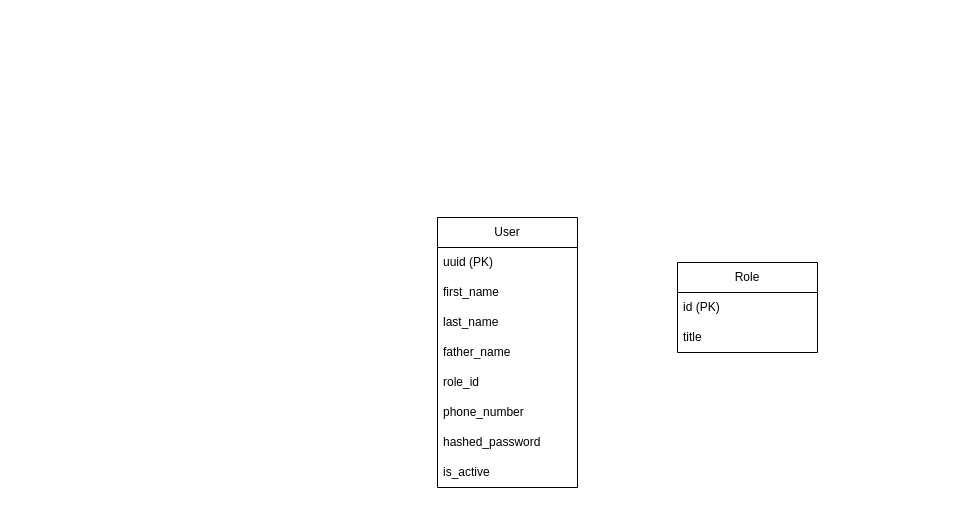
Above: db_schema.drawio in Lockerio/GYM_Service (draw.io), before the change. Source tidied: cells renumbered, new cells numbered last; positions are measured from the earlier drawing's top-left corner, leaving out a move shared by most shapes. Both pictures are drawn from the tidied source at 100%, with x=0, y=0 at pixel (437, 217).
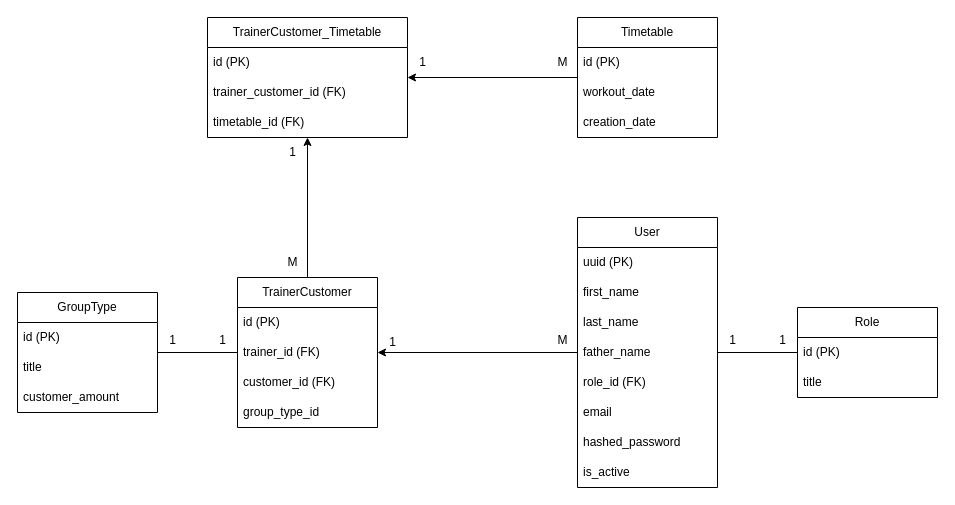
After the change.

Change to the diagram source:
```diff
@@
+    <mxCell id="14" style="edgeStyle=orthogonalEdgeStyle;rounded=0;jettySize=auto;html=1;" parent="1" edge="1" source="2" target="17">
+      <mxGeometry relative="1" as="geometry" />
+    </mxCell>
     <mxCell id="2" value="User" style="swimlane;fontStyle=0;horizontal=1;startSize=30;whiteSpace=wrap;html=1;" parent="1" vertex="1">
-      <mxGeometry width="140" height="270" as="geometry" />
+      <mxGeometry x="140" width="140" height="270" as="geometry" />
     </mxCell>
@@
-    <mxCell id="7" value="role_id" style="text;strokeColor=none;fillColor=none;align=left;verticalAlign=middle;spacingLeft=4;spacingRight=4;overflow=hidden;whiteSpace=wrap;html=1;" parent="2" vertex="1">
+    <mxCell id="7" value="role_id (FK)" style="text;strokeColor=none;fillColor=none;align=left;verticalAlign=middle;spacingLeft=4;spacingRight=4;overflow=hidden;whiteSpace=wrap;html=1;" parent="2" vertex="1">
       <mxGeometry y="150" width="140" height="30" as="geometry" />
     </mxCell>
-    <mxCell id="8" value="phone_number" style="text;strokeColor=none;fillColor=none;align=left;verticalAlign=middle;spacingLeft=4;spacingRight=4;overflow=hidden;whiteSpace=wrap;html=1;" parent="2" vertex="1">
+    <mxCell id="8" value="email" style="text;strokeColor=none;fillColor=none;align=left;verticalAlign=middle;spacingLeft=4;spacingRight=4;overflow=hidden;whiteSpace=wrap;html=1;" parent="2" vertex="1">
       <mxGeometry y="180" width="140" height="30" as="geometry" />
     </mxCell>
@@
+    <mxCell id="15" style="edgeStyle=orthogonalEdgeStyle;rounded=0;jettySize=auto;html=1;endArrow=none;endFill=0;" parent="1" edge="1" source="11" target="2">
+      <mxGeometry relative="1" as="geometry" />
+    </mxCell>
     <mxCell id="11" value="Role" style="swimlane;fontStyle=0;horizontal=1;startSize=30;whiteSpace=wrap;html=1;" parent="1" vertex="1">
-      <mxGeometry x="240" y="45" width="140" height="90" as="geometry" />
+      <mxGeometry x="360" y="90" width="140" height="90" as="geometry" />
     </mxCell>
@@
+    <mxCell id="16" style="edgeStyle=orthogonalEdgeStyle;rounded=0;jettySize=auto;html=1;" parent="1" edge="1" source="17" target="38">
+      <mxGeometry relative="1" as="geometry" />
+    </mxCell>
+    <mxCell id="17" value="TrainerCustomer" style="swimlane;fontStyle=0;horizontal=1;startSize=30;whiteSpace=wrap;html=1;" parent="1" vertex="1">
+      <mxGeometry x="-200" y="60" width="140" height="150" as="geometry" />
+    </mxCell>
+    <mxCell id="18" value="id (PK)" style="text;strokeColor=none;fillColor=none;align=left;verticalAlign=middle;spacingLeft=4;spacingRight=4;overflow=hidden;whiteSpace=wrap;html=1;" parent="17" vertex="1">
+      <mxGeometry y="30" width="140" height="30" as="geometry" />
+    </mxCell>
+    <mxCell id="19" value="trainer_id (FK)" style="text;strokeColor=none;fillColor=none;align=left;verticalAlign=middle;spacingLeft=4;spacingRight=4;overflow=hidden;whiteSpace=wrap;html=1;" parent="17" vertex="1">
+      <mxGeometry y="60" width="140" height="30" as="geometry" />
+    </mxCell>
+    <mxCell id="20" value="customer_id (FK)" style="text;strokeColor=none;fillColor=none;align=left;verticalAlign=middle;spacingLeft=4;spacingRight=4;overflow=hidden;whiteSpace=wrap;html=1;" parent="17" vertex="1">
+      <mxGeometry y="90" width="140" height="30" as="geometry" />
+    </mxCell>
+    <mxCell id="21" value="group_type_id" style="text;strokeColor=none;fillColor=none;align=left;verticalAlign=middle;spacingLeft=4;spacingRight=4;overflow=hidden;whiteSpace=wrap;html=1;" parent="17" vertex="1">
+      <mxGeometry y="120" width="140" height="30" as="geometry" />
+    </mxCell>
+    <mxCell id="22" style="edgeStyle=orthogonalEdgeStyle;rounded=0;jettySize=auto;html=1;" parent="1" edge="1" source="23" target="38">
+      <mxGeometry relative="1" as="geometry" />
+    </mxCell>
+    <mxCell id="23" value="Timetable" style="swimlane;fontStyle=0;horizontal=1;startSize=30;whiteSpace=wrap;html=1;" parent="1" vertex="1">
+      <mxGeometry x="140" y="-200" width="140" height="120" as="geometry" />
+    </mxCell>
+    <mxCell id="24" value="id (PK)" style="text;strokeColor=none;fillColor=none;align=left;verticalAlign=middle;spacingLeft=4;spacingRight=4;overflow=hidden;whiteSpace=wrap;html=1;" parent="23" vertex="1">
+      <mxGeometry y="30" width="140" height="30" as="geometry" />
+    </mxCell>
+    <mxCell id="25" value="workout_date" style="text;strokeColor=none;fillColor=none;align=left;verticalAlign=middle;spacingLeft=4;spacingRight=4;overflow=hidden;whiteSpace=wrap;html=1;" parent="23" vertex="1">
+      <mxGeometry y="60" width="140" height="30" as="geometry" />
+    </mxCell>
+    <mxCell id="26" value="creation_date" style="text;strokeColor=none;fillColor=none;align=left;verticalAlign=middle;spacingLeft=4;spacingRight=4;overflow=hidden;whiteSpace=wrap;html=1;" parent="23" vertex="1">
+      <mxGeometry y="90" width="140" height="30" as="geometry" />
+    </mxCell>
+    <mxCell id="27" value="1" style="text;html=1;align=center;verticalAlign=middle;strokeColor=none;fillColor=none;" parent="1" vertex="1">
+      <mxGeometry x="280" y="108" width="30" height="30" as="geometry" />
+    </mxCell>
+    <mxCell id="28" value="1" style="text;html=1;align=center;verticalAlign=middle;strokeColor=none;fillColor=none;" parent="1" vertex="1">
+      <mxGeometry x="330" y="108" width="30" height="30" as="geometry" />
+    </mxCell>
+    <mxCell id="29" style="edgeStyle=orthogonalEdgeStyle;rounded=0;jettySize=auto;html=1;endArrow=none;endFill=0;" parent="1" edge="1" source="30" target="17">
+      <mxGeometry relative="1" as="geometry" />
+    </mxCell>
+    <mxCell id="30" value="GroupType" style="swimlane;fontStyle=0;horizontal=1;startSize=30;whiteSpace=wrap;html=1;" parent="1" vertex="1">
+      <mxGeometry x="-420" y="75" width="140" height="120" as="geometry" />
+    </mxCell>
+    <mxCell id="31" value="id (PK)" style="text;strokeColor=none;fillColor=none;align=left;verticalAlign=middle;spacingLeft=4;spacingRight=4;overflow=hidden;whiteSpace=wrap;html=1;" parent="30" vertex="1">
+      <mxGeometry y="30" width="140" height="30" as="geometry" />
+    </mxCell>
+    <mxCell id="32" value="title" style="text;strokeColor=none;fillColor=none;align=left;verticalAlign=middle;spacingLeft=4;spacingRight=4;overflow=hidden;whiteSpace=wrap;html=1;" parent="30" vertex="1">
+      <mxGeometry y="60" width="140" height="30" as="geometry" />
+    </mxCell>
+    <mxCell id="33" value="customer_amount" style="text;strokeColor=none;fillColor=none;align=left;verticalAlign=middle;spacingLeft=4;spacingRight=4;overflow=hidden;whiteSpace=wrap;html=1;" parent="30" vertex="1">
+      <mxGeometry y="90" width="140" height="30" as="geometry" />
+    </mxCell>
+    <mxCell id="34" value="1" style="text;html=1;align=center;verticalAlign=middle;strokeColor=none;fillColor=none;" parent="1" vertex="1">
+      <mxGeometry x="-230" y="108" width="30" height="30" as="geometry" />
+    </mxCell>
+    <mxCell id="35" value="1" style="text;html=1;align=center;verticalAlign=middle;strokeColor=none;fillColor=none;" parent="1" vertex="1">
+      <mxGeometry x="-280" y="108" width="30" height="30" as="geometry" />
+    </mxCell>
+    <mxCell id="36" value="1" style="text;html=1;align=center;verticalAlign=middle;strokeColor=none;fillColor=none;" parent="1" vertex="1">
+      <mxGeometry x="-60" y="110" width="30" height="30" as="geometry" />
+    </mxCell>
+    <mxCell id="37" value="M" style="text;html=1;align=center;verticalAlign=middle;strokeColor=none;fillColor=none;" parent="1" vertex="1">
+      <mxGeometry x="110" y="108" width="30" height="30" as="geometry" />
+    </mxCell>
+    <mxCell id="38" value="TrainerCustomer_Timetable" style="swimlane;fontStyle=0;horizontal=1;startSize=30;whiteSpace=wrap;html=1;" parent="1" vertex="1">
+      <mxGeometry x="-230" y="-200" width="200" height="120" as="geometry" />
+    </mxCell>
+    <mxCell id="39" value="id (PK)" style="text;strokeColor=none;fillColor=none;align=left;verticalAlign=middle;spacingLeft=4;spacingRight=4;overflow=hidden;whiteSpace=wrap;html=1;" parent="38" vertex="1">
+      <mxGeometry y="30" width="200" height="30" as="geometry" />
+    </mxCell>
+    <mxCell id="40" value="trainer_customer_id (FK)" style="text;strokeColor=none;fillColor=none;align=left;verticalAlign=middle;spacingLeft=4;spacingRight=4;overflow=hidden;whiteSpace=wrap;html=1;" parent="38" vertex="1">
+      <mxGeometry y="60" width="200" height="30" as="geometry" />
+    </mxCell>
+    <mxCell id="41" value="timetable_id (FK)" style="text;strokeColor=none;fillColor=none;align=left;verticalAlign=middle;spacingLeft=4;spacingRight=4;overflow=hidden;whiteSpace=wrap;html=1;" parent="38" vertex="1">
+      <mxGeometry y="90" width="200" height="30" as="geometry" />
+    </mxCell>
+    <mxCell id="42" value="1" style="text;html=1;align=center;verticalAlign=middle;strokeColor=none;fillColor=none;" parent="1" vertex="1">
+      <mxGeometry x="-160" y="-80" width="30" height="30" as="geometry" />
+    </mxCell>
+    <mxCell id="43" value="1" style="text;html=1;align=center;verticalAlign=middle;strokeColor=none;fillColor=none;" parent="1" vertex="1">
+      <mxGeometry x="-30" y="-170" width="30" height="30" as="geometry" />
+    </mxCell>
+    <mxCell id="44" value="M" style="text;html=1;align=center;verticalAlign=middle;strokeColor=none;fillColor=none;" parent="1" vertex="1">
+      <mxGeometry x="-160" y="30" width="30" height="30" as="geometry" />
+    </mxCell>
+    <mxCell id="45" value="M" style="text;html=1;align=center;verticalAlign=middle;strokeColor=none;fillColor=none;" parent="1" vertex="1">
+      <mxGeometry x="110" y="-170" width="30" height="30" as="geometry" />
+    </mxCell>
```
